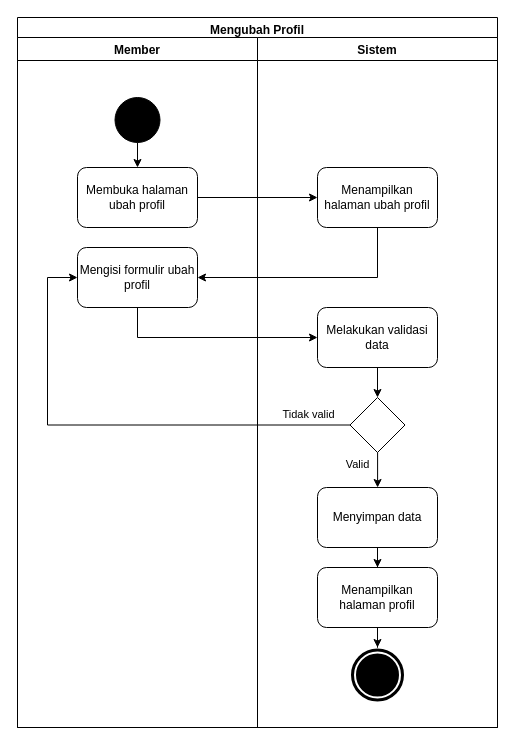
techie-jhs/thesis keeps this draw.io diagram as Diagram/Activity Diagram/5. lihat profil.drawio. Above is the earlier version. Source tidied: cells renumbered, new cells numbered last; positions are measured from the earlier drawing's top-left corner, leaving out a move shared by most shapes. Both pictures are drawn from the tidied source at 100%, with x=0, y=0 at pixel (17, 17).
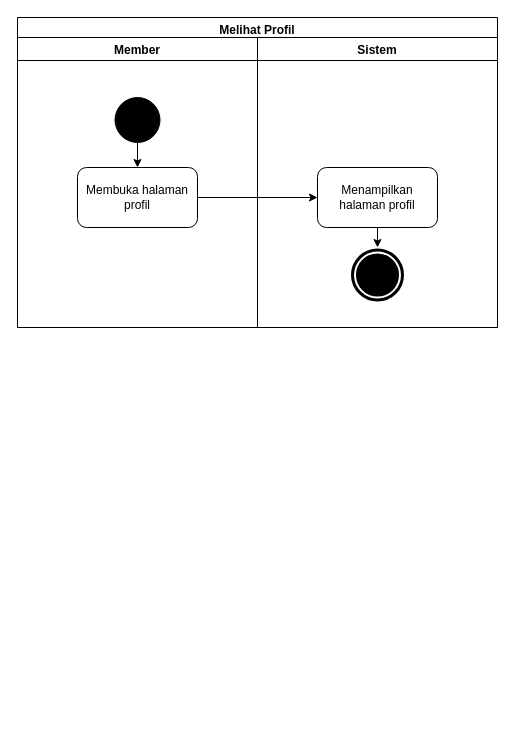
The same diagram, later.

The edit, as a diff of the source:
```diff
@@
-    <mxCell id="2" value="Mengubah Profil" style="swimlane;fillColor=none;" parent="1" vertex="1">
-      <mxGeometry width="480" height="710" as="geometry" />
+    <mxCell id="2" value="Melihat Profil" style="swimlane;fillColor=none;" parent="1" vertex="1">
+      <mxGeometry width="480" height="310" as="geometry" />
     </mxCell>
     <mxCell id="3" value="Member" style="swimlane;" parent="2" vertex="1">
-      <mxGeometry y="20" width="240" height="690" as="geometry" />
+      <mxGeometry y="20" width="240" height="290" as="geometry" />
     </mxCell>
@@
-    <mxCell id="6" value="Membuka halaman ubah profil" style="rounded=1;whiteSpace=wrap;html=1;fillColor=none;" parent="3" vertex="1">
+    <mxCell id="6" value="Membuka halaman profil" style="rounded=1;whiteSpace=wrap;html=1;fillColor=none;" parent="3" vertex="1">
       <mxGeometry x="60" y="130" width="120" height="60" as="geometry" />
     </mxCell>
-    <mxCell id="7" value="&lt;span&gt;Mengisi formulir ubah profil&lt;/span&gt;" style="rounded=1;whiteSpace=wrap;html=1;fillColor=none;" parent="3" vertex="1">
-      <mxGeometry x="60" y="210" width="120" height="60" as="geometry" />
-    </mxCell>
     <mxCell id="8" value="Sistem" style="swimlane;" parent="2" vertex="1">
-      <mxGeometry x="240" y="20" width="240" height="690" as="geometry" />
+      <mxGeometry x="240" y="20" width="240" height="290" as="geometry" />
     </mxCell>
-    <mxCell id="9" style="edgeStyle=orthogonalEdgeStyle;rounded=0;jettySize=auto;html=1;" parent="8" edge="1" source="10" target="12">
-      <mxGeometry relative="1" as="geometry" />
-    </mxCell>
-    <mxCell id="10" value="Melakukan validasi data" style="rounded=1;whiteSpace=wrap;html=1;fillColor=none;" parent="8" vertex="1">
-      <mxGeometry x="60" y="270" width="120" height="60" as="geometry" />
-    </mxCell>
-    <mxCell id="11" value="Valid" style="edgeStyle=orthogonalEdgeStyle;rounded=0;orthogonalLoop=1;jettySize=auto;html=1;" parent="8" edge="1">
-      <mxGeometry x="-0.33" y="-20" relative="1" as="geometry">
-        <mxPoint x="120.1" y="414.9" as="sourcePoint" />
-        <mxPoint x="120.1" y="450" as="targetPoint" />
-      </mxGeometry>
-    </mxCell>
-    <mxCell id="12" style="rhombus;whiteSpace=wrap;html=1;fillColor=none;" parent="8" vertex="1">
-      <mxGeometry x="92.5" y="360" width="55" height="55" as="geometry" />
-    </mxCell>
-    <mxCell id="13" style="edgeStyle=orthogonalEdgeStyle;rounded=0;jettySize=auto;html=1;exitX=0.5;exitY=1;exitDx=0;exitDy=0;" parent="8" edge="1" source="14" target="18">
-      <mxGeometry relative="1" as="geometry" />
-    </mxCell>
-    <mxCell id="14" value="Menyimpan data" style="rounded=1;whiteSpace=wrap;html=1;fillColor=none;" parent="8" vertex="1">
-      <mxGeometry x="60" y="450" width="120" height="60" as="geometry" />
-    </mxCell>
+    <mxCell id="24" style="edgeStyle=orthogonalEdgeStyle;rounded=0;jettySize=auto;html=1;" parent="8" edge="1" source="15" target="16">
+      <mxGeometry relative="1" as="geometry" />
+    </mxCell>
-    <mxCell id="15" value="Menampilkan halaman ubah profil" style="rounded=1;whiteSpace=wrap;html=1;fillColor=none;" parent="8" vertex="1">
+    <mxCell id="15" value="Menampilkan halaman profil" style="rounded=1;whiteSpace=wrap;html=1;fillColor=none;" parent="8" vertex="1">
       <mxGeometry x="60" y="130" width="120" height="60" as="geometry" />
     </mxCell>
     <mxCell id="16" style="ellipse;shape=doubleEllipse;whiteSpace=wrap;html=1;fillColor=#000000;strokeColor=#FFFFFF;strokeWidth=2;" parent="8" vertex="1">
-      <mxGeometry x="92.5" y="610" width="55" height="55" as="geometry" />
+      <mxGeometry x="92.5" y="210" width="55" height="55" as="geometry" />
     </mxCell>
-    <mxCell id="17" style="edgeStyle=orthogonalEdgeStyle;rounded=0;jettySize=auto;html=1;exitX=0.5;exitY=1;exitDx=0;exitDy=0;" parent="8" edge="1" source="18" target="16">
-      <mxGeometry relative="1" as="geometry" />
-    </mxCell>
-    <mxCell id="18" value="Menampilkan halaman profil" style="rounded=1;whiteSpace=wrap;html=1;fillColor=none;" parent="8" vertex="1">
-      <mxGeometry x="60" y="530" width="120" height="60" as="geometry" />
-    </mxCell>
-    <mxCell id="19" style="edgeStyle=orthogonalEdgeStyle;rounded=0;jettySize=auto;html=1;entryX=0;entryY=0.5;entryDx=0;entryDy=0;exitX=0;exitY=0.5;exitDx=0;exitDy=0;" parent="2" edge="1" source="12" target="7">
-      <mxGeometry relative="1" as="geometry">
-        <Array as="points">
-          <mxPoint x="30" y="408" />
-          <mxPoint x="30" y="260" />
-        </Array>
-      </mxGeometry>
-    </mxCell>
-    <mxCell id="20" value="Tidak valid" style="edgeLabel;html=1;align=center;verticalAlign=middle;" parent="19" vertex="1">
-      <mxGeometry x="-0.82" y="-2" relative="1" as="geometry">
-        <mxPoint x="1" y="-9" as="offset" />
-      </mxGeometry>
-    </mxCell>
@@
-    <mxCell id="22" style="edgeStyle=orthogonalEdgeStyle;rounded=0;jettySize=auto;html=1;entryX=1;entryY=0.5;entryDx=0;entryDy=0;" parent="2" edge="1" source="15" target="7">
-      <mxGeometry relative="1" as="geometry">
-        <Array as="points">
-          <mxPoint x="360" y="260" />
-        </Array>
-      </mxGeometry>
-    </mxCell>
-    <mxCell id="23" style="edgeStyle=orthogonalEdgeStyle;rounded=0;jettySize=auto;html=1;entryX=0;entryY=0.5;entryDx=0;entryDy=0;" parent="2" edge="1" source="7" target="10">
-      <mxGeometry relative="1" as="geometry">
-        <Array as="points">
-          <mxPoint x="120" y="320" />
-        </Array>
-      </mxGeometry>
-    </mxCell>
```
